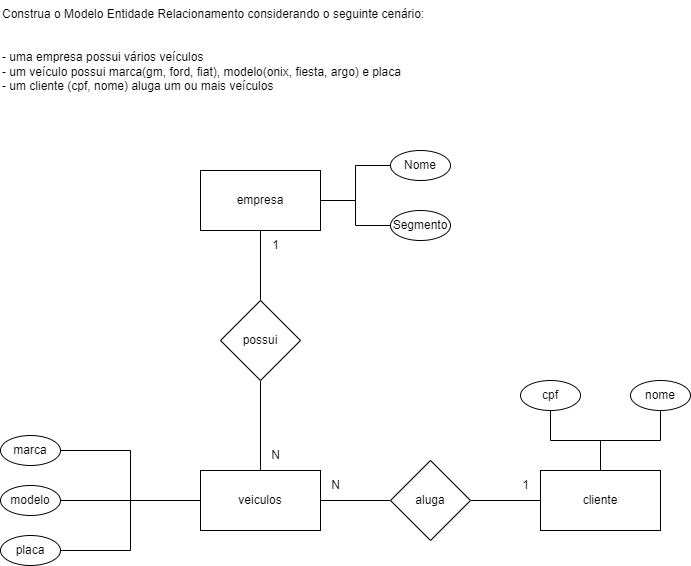
Above: senai_sprint1_bd/exercicios/1.2-exercicio-locadora/exec1.2.drawio.png in Guidcampos/SENAI-2SEMESTRE (draw.io), before the change. Source tidied: cells renumbered, new cells last; positions are measured from the earlier drawing's top-left corner, leaving out a move shared by most shapes.
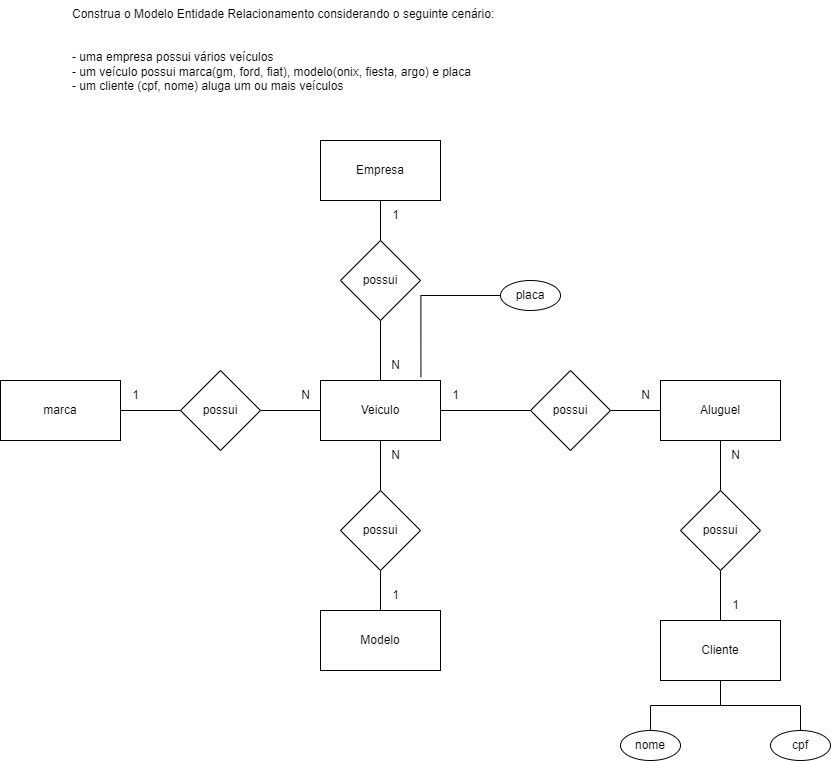
After the change.

Diff of the diagram source:
```diff
@@ -3,88 +3,118 @@
     <mxCell id="0" />
     <mxCell id="1" parent="0" />
     <mxCell id="2" value="Construa o Modelo Entidade Relacionamento considerando o seguinte cenário:&#10;&#10;&#10;- uma empresa possui vários veículos&#10;- um veículo possui marca(gm, ford, fiat), modelo(onix, fiesta, argo) e placa&#10;- um cliente (cpf, nome) aluga um ou mais veículos" style="text;whiteSpace=wrap;" parent="1" vertex="1">
-      <mxGeometry width="460" height="110" as="geometry" />
+      <mxGeometry x="-10" width="460" height="110" as="geometry" />
     </mxCell>
-    <mxCell id="3" style="edgeStyle=orthogonalEdgeStyle;rounded=0;jettySize=auto;html=1;entryX=0;entryY=0.5;entryDx=0;entryDy=0;endArrow=none;endFill=0;" parent="1" edge="1" source="5" target="21">
-      <mxGeometry relative="1" as="geometry" />
-    </mxCell>
-    <mxCell id="4" style="edgeStyle=orthogonalEdgeStyle;rounded=0;jettySize=auto;html=1;entryX=0;entryY=0.5;entryDx=0;entryDy=0;endArrow=none;endFill=0;" parent="1" edge="1" source="5" target="22">
-      <mxGeometry relative="1" as="geometry" />
-    </mxCell>
-    <mxCell id="5" value="empresa" style="rounded=0;whiteSpace=wrap;html=1;" parent="1" vertex="1">
-      <mxGeometry x="200" y="170" width="120" height="60" as="geometry" />
-    </mxCell>
-    <mxCell id="6" style="edgeStyle=orthogonalEdgeStyle;rounded=0;jettySize=auto;html=1;exitX=0;exitY=0.5;exitDx=0;exitDy=0;entryX=1;entryY=0.5;entryDx=0;entryDy=0;endArrow=none;endFill=0;" parent="1" edge="1" source="9" target="23">
-      <mxGeometry relative="1" as="geometry" />
-    </mxCell>
-    <mxCell id="7" style="edgeStyle=orthogonalEdgeStyle;rounded=0;jettySize=auto;html=1;entryX=1;entryY=0.5;entryDx=0;entryDy=0;endArrow=none;endFill=0;" parent="1" edge="1" source="9" target="24">
-      <mxGeometry relative="1" as="geometry" />
-    </mxCell>
-    <mxCell id="8" style="edgeStyle=orthogonalEdgeStyle;rounded=0;jettySize=auto;html=1;entryX=1;entryY=0.5;entryDx=0;entryDy=0;endArrow=none;endFill=0;" parent="1" edge="1" source="9" target="25">
-      <mxGeometry relative="1" as="geometry" />
-    </mxCell>
-    <mxCell id="9" value="veiculos" style="rounded=0;whiteSpace=wrap;html=1;" parent="1" vertex="1">
-      <mxGeometry x="200" y="470" width="120" height="60" as="geometry" />
-    </mxCell>
-    <mxCell id="10" style="edgeStyle=orthogonalEdgeStyle;rounded=0;jettySize=auto;html=1;entryX=0.5;entryY=1;entryDx=0;entryDy=0;endArrow=none;endFill=0;" parent="1" edge="1" source="12" target="5">
-      <mxGeometry relative="1" as="geometry" />
-    </mxCell>
-    <mxCell id="11" style="edgeStyle=orthogonalEdgeStyle;rounded=0;jettySize=auto;html=1;endArrow=none;endFill=0;" parent="1" edge="1" source="12" target="9">
-      <mxGeometry relative="1" as="geometry" />
-    </mxCell>
-    <mxCell id="12" value="possui" style="rhombus;whiteSpace=wrap;html=1;" parent="1" vertex="1">
-      <mxGeometry x="220" y="300" width="80" height="80" as="geometry" />
-    </mxCell>
-    <mxCell id="13" value="N" style="text;html=1;align=center;verticalAlign=middle;strokeColor=none;fillColor=none;" parent="1" vertex="1">
-      <mxGeometry x="260" y="440" width="30" height="30" as="geometry" />
-    </mxCell>
-    <mxCell id="14" value="1" style="text;html=1;align=center;verticalAlign=middle;strokeColor=none;fillColor=none;" parent="1" vertex="1">
-      <mxGeometry x="260" y="230" width="30" height="30" as="geometry" />
-    </mxCell>
-    <mxCell id="15" style="edgeStyle=orthogonalEdgeStyle;rounded=0;jettySize=auto;html=1;entryX=0.5;entryY=1;entryDx=0;entryDy=0;endArrow=none;endFill=0;" parent="1" edge="1" source="17" target="26">
-      <mxGeometry relative="1" as="geometry" />
-    </mxCell>
-    <mxCell id="16" style="edgeStyle=orthogonalEdgeStyle;rounded=0;jettySize=auto;html=1;entryX=0.5;entryY=1;entryDx=0;entryDy=0;endArrow=none;endFill=0;" parent="1" edge="1" source="17" target="27">
-      <mxGeometry relative="1" as="geometry" />
-    </mxCell>
-    <mxCell id="17" value="cliente" style="rounded=0;whiteSpace=wrap;html=1;" parent="1" vertex="1">
-      <mxGeometry x="540" y="470" width="120" height="60" as="geometry" />
-    </mxCell>
-    <mxCell id="18" style="edgeStyle=orthogonalEdgeStyle;rounded=0;jettySize=auto;html=1;entryX=1;entryY=0.5;entryDx=0;entryDy=0;endArrow=none;endFill=0;" parent="1" edge="1" source="20" target="9">
-      <mxGeometry relative="1" as="geometry" />
-    </mxCell>
-    <mxCell id="19" style="edgeStyle=orthogonalEdgeStyle;rounded=0;jettySize=auto;html=1;endArrow=none;endFill=0;" parent="1" edge="1" source="20" target="17">
-      <mxGeometry relative="1" as="geometry" />
-    </mxCell>
-    <mxCell id="20" value="aluga" style="rhombus;whiteSpace=wrap;html=1;" parent="1" vertex="1">
-      <mxGeometry x="390" y="460" width="80" height="80" as="geometry" />
-    </mxCell>
-    <mxCell id="21" value="Nome" style="ellipse;whiteSpace=wrap;html=1;" parent="1" vertex="1">
-      <mxGeometry x="390" y="150" width="60" height="30" as="geometry" />
-    </mxCell>
-    <mxCell id="22" value="Segmento" style="ellipse;whiteSpace=wrap;html=1;" parent="1" vertex="1">
-      <mxGeometry x="390" y="210" width="60" height="30" as="geometry" />
-    </mxCell>
+    <mxCell id="30" value="Empresa" style="rounded=0;whiteSpace=wrap;html=1;" parent="1" vertex="1">
+      <mxGeometry x="240" y="140" width="120" height="60" as="geometry" />
+    </mxCell>
-    <mxCell id="23" value="marca" style="ellipse;whiteSpace=wrap;html=1;" parent="1" vertex="1">
-      <mxGeometry y="435" width="60" height="30" as="geometry" />
+    <mxCell id="23" value="marca" style="rounded=0;whiteSpace=wrap;html=1;" parent="1" vertex="1">
+      <mxGeometry x="-80" y="380" width="120" height="60" as="geometry" />
     </mxCell>
-    <mxCell id="24" value="modelo" style="ellipse;whiteSpace=wrap;html=1;" parent="1" vertex="1">
-      <mxGeometry y="485" width="60" height="30" as="geometry" />
-    </mxCell>
+    <mxCell id="31" style="edgeStyle=orthogonalEdgeStyle;rounded=0;jettySize=auto;html=1;entryX=0.5;entryY=0;entryDx=0;entryDy=0;endArrow=none;endFill=0;" parent="1" edge="1" source="35" target="45">
+      <mxGeometry relative="1" as="geometry" />
+    </mxCell>
+    <mxCell id="32" style="edgeStyle=orthogonalEdgeStyle;rounded=0;jettySize=auto;html=1;entryX=1;entryY=0.5;entryDx=0;entryDy=0;endArrow=none;endFill=0;" parent="1" edge="1" source="35" target="41">
+      <mxGeometry relative="1" as="geometry" />
+    </mxCell>
+    <mxCell id="33" style="edgeStyle=orthogonalEdgeStyle;rounded=0;jettySize=auto;html=1;entryX=0;entryY=0.5;entryDx=0;entryDy=0;endArrow=none;endFill=0;" parent="1" edge="1" source="35" target="43">
+      <mxGeometry relative="1" as="geometry" />
+    </mxCell>
+    <mxCell id="34" style="edgeStyle=orthogonalEdgeStyle;rounded=0;jettySize=auto;html=1;entryX=0.5;entryY=1;entryDx=0;entryDy=0;endArrow=none;endFill=0;" parent="1" edge="1" source="35" target="39">
+      <mxGeometry relative="1" as="geometry" />
+    </mxCell>
+    <mxCell id="35" value="Veiculo" style="rounded=0;whiteSpace=wrap;html=1;" parent="1" vertex="1">
+      <mxGeometry x="240" y="380" width="120" height="60" as="geometry" />
+    </mxCell>
+    <mxCell id="36" style="edgeStyle=orthogonalEdgeStyle;rounded=0;jettySize=auto;html=1;entryX=0.5;entryY=0;entryDx=0;entryDy=0;endArrow=none;endFill=0;" parent="1" edge="1" source="37" target="47">
+      <mxGeometry relative="1" as="geometry" />
+    </mxCell>
+    <mxCell id="37" value="Aluguel" style="rounded=0;whiteSpace=wrap;html=1;" parent="1" vertex="1">
+      <mxGeometry x="580" y="380" width="120" height="60" as="geometry" />
+    </mxCell>
+    <mxCell id="38" style="edgeStyle=orthogonalEdgeStyle;rounded=0;jettySize=auto;html=1;entryX=0.5;entryY=1;entryDx=0;entryDy=0;endArrow=none;endFill=0;" parent="1" edge="1" source="39" target="30">
+      <mxGeometry relative="1" as="geometry" />
+    </mxCell>
+    <mxCell id="39" value="possui" style="rhombus;whiteSpace=wrap;html=1;" parent="1" vertex="1">
+      <mxGeometry x="260" y="240" width="80" height="80" as="geometry" />
+    </mxCell>
+    <mxCell id="40" style="edgeStyle=orthogonalEdgeStyle;rounded=0;jettySize=auto;html=1;entryX=1;entryY=0.5;entryDx=0;entryDy=0;endArrow=none;endFill=0;" parent="1" edge="1" source="41" target="23">
+      <mxGeometry relative="1" as="geometry" />
+    </mxCell>
+    <mxCell id="41" value="possui" style="rhombus;whiteSpace=wrap;html=1;" parent="1" vertex="1">
+      <mxGeometry x="100" y="370" width="80" height="80" as="geometry" />
+    </mxCell>
+    <mxCell id="42" style="edgeStyle=orthogonalEdgeStyle;rounded=0;jettySize=auto;html=1;entryX=0;entryY=0.5;entryDx=0;entryDy=0;endArrow=none;endFill=0;" parent="1" edge="1" source="43" target="37">
+      <mxGeometry relative="1" as="geometry" />
+    </mxCell>
+    <mxCell id="43" value="possui" style="rhombus;whiteSpace=wrap;html=1;" parent="1" vertex="1">
+      <mxGeometry x="450" y="370" width="80" height="80" as="geometry" />
+    </mxCell>
+    <mxCell id="44" style="edgeStyle=orthogonalEdgeStyle;rounded=0;jettySize=auto;html=1;entryX=0.5;entryY=0;entryDx=0;entryDy=0;endArrow=none;endFill=0;" parent="1" edge="1" source="45" target="51">
+      <mxGeometry relative="1" as="geometry" />
+    </mxCell>
+    <mxCell id="45" value="possui" style="rhombus;whiteSpace=wrap;html=1;" parent="1" vertex="1">
+      <mxGeometry x="260" y="490" width="80" height="80" as="geometry" />
+    </mxCell>
+    <mxCell id="46" style="edgeStyle=orthogonalEdgeStyle;rounded=0;jettySize=auto;html=1;entryX=0.5;entryY=0;entryDx=0;entryDy=0;endArrow=none;endFill=0;" parent="1" edge="1" source="47" target="50">
+      <mxGeometry relative="1" as="geometry" />
+    </mxCell>
+    <mxCell id="47" value="possui" style="rhombus;whiteSpace=wrap;html=1;" parent="1" vertex="1">
+      <mxGeometry x="600" y="490" width="80" height="80" as="geometry" />
+    </mxCell>
+    <mxCell id="48" style="edgeStyle=orthogonalEdgeStyle;rounded=0;jettySize=auto;html=1;entryX=0.5;entryY=0;entryDx=0;entryDy=0;endArrow=none;endFill=0;" parent="1" edge="1" source="50" target="27">
+      <mxGeometry relative="1" as="geometry" />
+    </mxCell>
+    <mxCell id="49" style="edgeStyle=orthogonalEdgeStyle;rounded=0;jettySize=auto;html=1;entryX=0.5;entryY=0;entryDx=0;entryDy=0;endArrow=none;endFill=0;" parent="1" edge="1" source="50" target="26">
+      <mxGeometry relative="1" as="geometry" />
+    </mxCell>
+    <mxCell id="50" value="Cliente" style="rounded=0;whiteSpace=wrap;html=1;" parent="1" vertex="1">
+      <mxGeometry x="580" y="620" width="120" height="60" as="geometry" />
+    </mxCell>
+    <mxCell id="51" value="Modelo" style="rounded=0;whiteSpace=wrap;html=1;" parent="1" vertex="1">
+      <mxGeometry x="240" y="610" width="120" height="60" as="geometry" />
+    </mxCell>
+    <mxCell id="52" style="edgeStyle=orthogonalEdgeStyle;rounded=0;jettySize=auto;html=1;entryX=0.837;entryY=-0.057;entryDx=0;entryDy=0;entryPerimeter=0;endArrow=none;endFill=0;" parent="1" edge="1" source="25" target="35">
+      <mxGeometry relative="1" as="geometry" />
+    </mxCell>
     <mxCell id="25" value="placa" style="ellipse;whiteSpace=wrap;html=1;" parent="1" vertex="1">
-      <mxGeometry y="535" width="60" height="30" as="geometry" />
+      <mxGeometry x="420" y="280" width="60" height="30" as="geometry" />
     </mxCell>
+    <mxCell id="27" value="nome" style="ellipse;whiteSpace=wrap;html=1;" parent="1" vertex="1">
+      <mxGeometry x="540" y="730" width="60" height="30" as="geometry" />
+    </mxCell>
     <mxCell id="26" value="cpf" style="ellipse;whiteSpace=wrap;html=1;" parent="1" vertex="1">
-      <mxGeometry x="520" y="380" width="60" height="30" as="geometry" />
+      <mxGeometry x="690" y="730" width="60" height="30" as="geometry" />
     </mxCell>
-    <mxCell id="27" value="nome" style="ellipse;whiteSpace=wrap;html=1;" parent="1" vertex="1">
-      <mxGeometry x="630" y="380" width="60" height="30" as="geometry" />
-    </mxCell>
-    <mxCell id="28" value="1" style="text;html=1;align=center;verticalAlign=middle;strokeColor=none;fillColor=none;" parent="1" vertex="1">
-      <mxGeometry x="510" y="470" width="30" height="30" as="geometry" />
-    </mxCell>
-    <mxCell id="29" value="N" style="text;html=1;align=center;verticalAlign=middle;strokeColor=none;fillColor=none;" parent="1" vertex="1">
-      <mxGeometry x="320" y="470" width="30" height="30" as="geometry" />
-    </mxCell>
+    <mxCell id="53" value="1" style="text;html=1;align=center;verticalAlign=middle;strokeColor=none;fillColor=none;" parent="1" vertex="1">
+      <mxGeometry x="300" y="200" width="30" height="30" as="geometry" />
+    </mxCell>
+    <mxCell id="54" value="1" style="text;html=1;align=center;verticalAlign=middle;strokeColor=none;fillColor=none;" parent="1" vertex="1">
+      <mxGeometry x="300" y="580" width="30" height="30" as="geometry" />
+    </mxCell>
+    <mxCell id="55" value="1" style="text;html=1;align=center;verticalAlign=middle;strokeColor=none;fillColor=none;" parent="1" vertex="1">
+      <mxGeometry x="640" y="590" width="30" height="30" as="geometry" />
+    </mxCell>
+    <mxCell id="56" value="1" style="text;html=1;align=center;verticalAlign=middle;strokeColor=none;fillColor=none;" parent="1" vertex="1">
+      <mxGeometry x="360" y="380" width="30" height="30" as="geometry" />
+    </mxCell>
+    <mxCell id="57" value="1" style="text;html=1;align=center;verticalAlign=middle;strokeColor=none;fillColor=none;" parent="1" vertex="1">
+      <mxGeometry x="40" y="380" width="30" height="30" as="geometry" />
+    </mxCell>
+    <mxCell id="58" value="N" style="text;html=1;align=center;verticalAlign=middle;strokeColor=none;fillColor=none;" parent="1" vertex="1">
+      <mxGeometry x="640" y="440" width="30" height="30" as="geometry" />
+    </mxCell>
+    <mxCell id="59" value="N" style="text;html=1;align=center;verticalAlign=middle;strokeColor=none;fillColor=none;" parent="1" vertex="1">
+      <mxGeometry x="300" y="440" width="30" height="30" as="geometry" />
+    </mxCell>
+    <mxCell id="60" value="N" style="text;html=1;align=center;verticalAlign=middle;strokeColor=none;fillColor=none;" parent="1" vertex="1">
+      <mxGeometry x="550" y="380" width="30" height="30" as="geometry" />
+    </mxCell>
+    <mxCell id="61" value="N" style="text;html=1;align=center;verticalAlign=middle;strokeColor=none;fillColor=none;" parent="1" vertex="1">
+      <mxGeometry x="210" y="380" width="30" height="30" as="geometry" />
+    </mxCell>
+    <mxCell id="62" value="N" style="text;html=1;align=center;verticalAlign=middle;strokeColor=none;fillColor=none;" parent="1" vertex="1">
+      <mxGeometry x="300" y="350" width="30" height="30" as="geometry" />
+    </mxCell>
   </root>
 </mxGraphModel>
```
